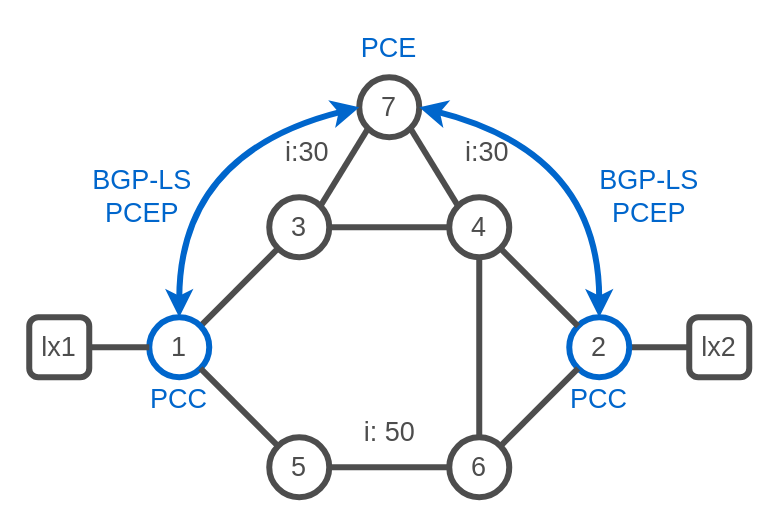
Before: page "7" (7 of 11) of images/lab-topologies.drawio in IntuitiveSoft-net/sr-lab, a draw.io diagram. Source tidied: cells renumbered, new cells numbered last; positions are measured from the earlier drawing's top-left corner, leaving out a move shared by most shapes. Both pictures are drawn from the tidied source at 150%, with x=0, y=0 at pixel (28, 26).
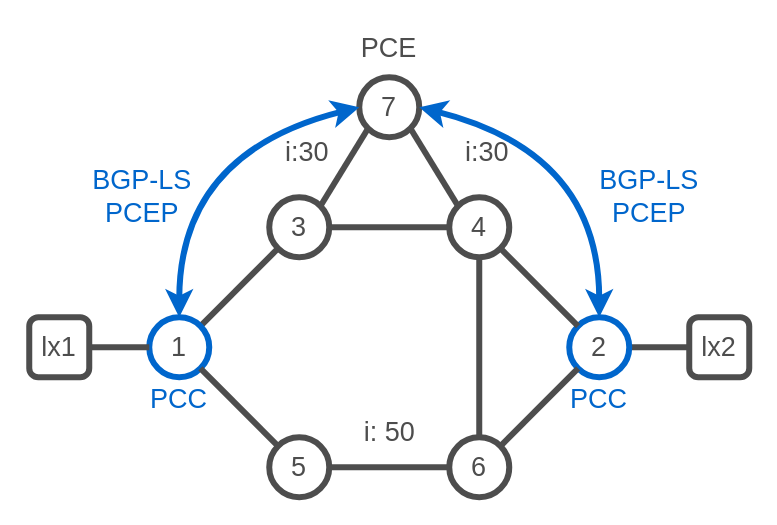
The same diagram, later.

Change to the diagram source:
```diff
@@
-    <mxCell id="25" value="PCE" style="text;html=1;strokeColor=none;fillColor=none;align=center;verticalAlign=middle;whiteSpace=wrap;rounded=0;fontSize=18;fontColor=#0066CC;opacity=50;" parent="1" vertex="1">
+    <mxCell id="25" value="&lt;font color=&quot;#4d4d4d&quot;&gt;PCE&lt;/font&gt;" style="text;html=1;strokeColor=none;fillColor=none;align=center;verticalAlign=middle;whiteSpace=wrap;rounded=0;fontSize=18;fontColor=#0066CC;opacity=50;" parent="1" vertex="1">
       <mxGeometry x="210" width="60" height="30" as="geometry" />
     </mxCell>
```
